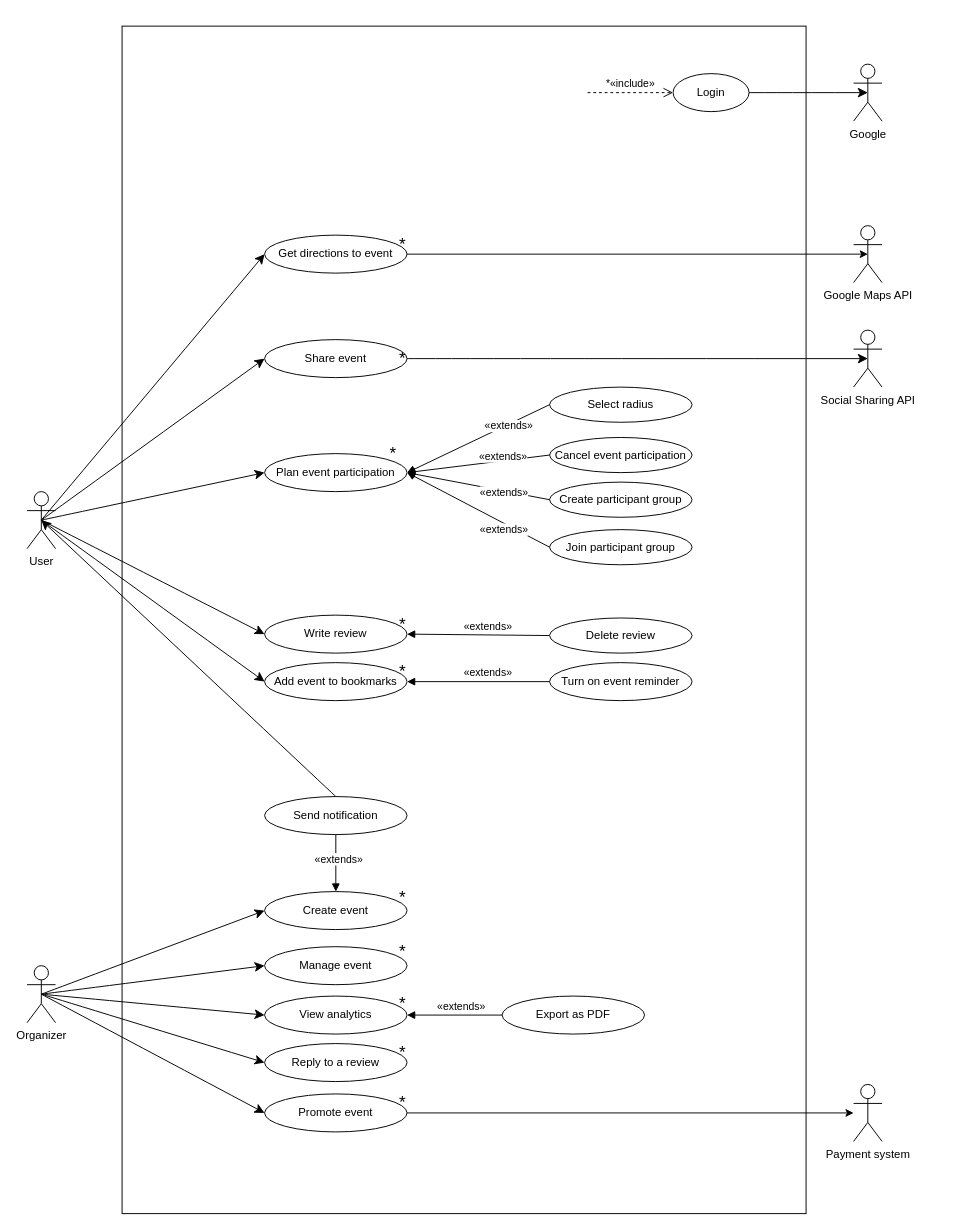
Before: deliverables/UC - Use Case diagram/UC - diagram.drawio in DeveloperMatt02/NightPlan, a draw.io diagram. Source tidied: cells renumbered, new cells numbered last; positions are measured from the earlier drawing's top-left corner, leaving out a move shared by most shapes. Both pictures are drawn from the tidied source at 95%, with x=0, y=0 at pixel (27, 26).
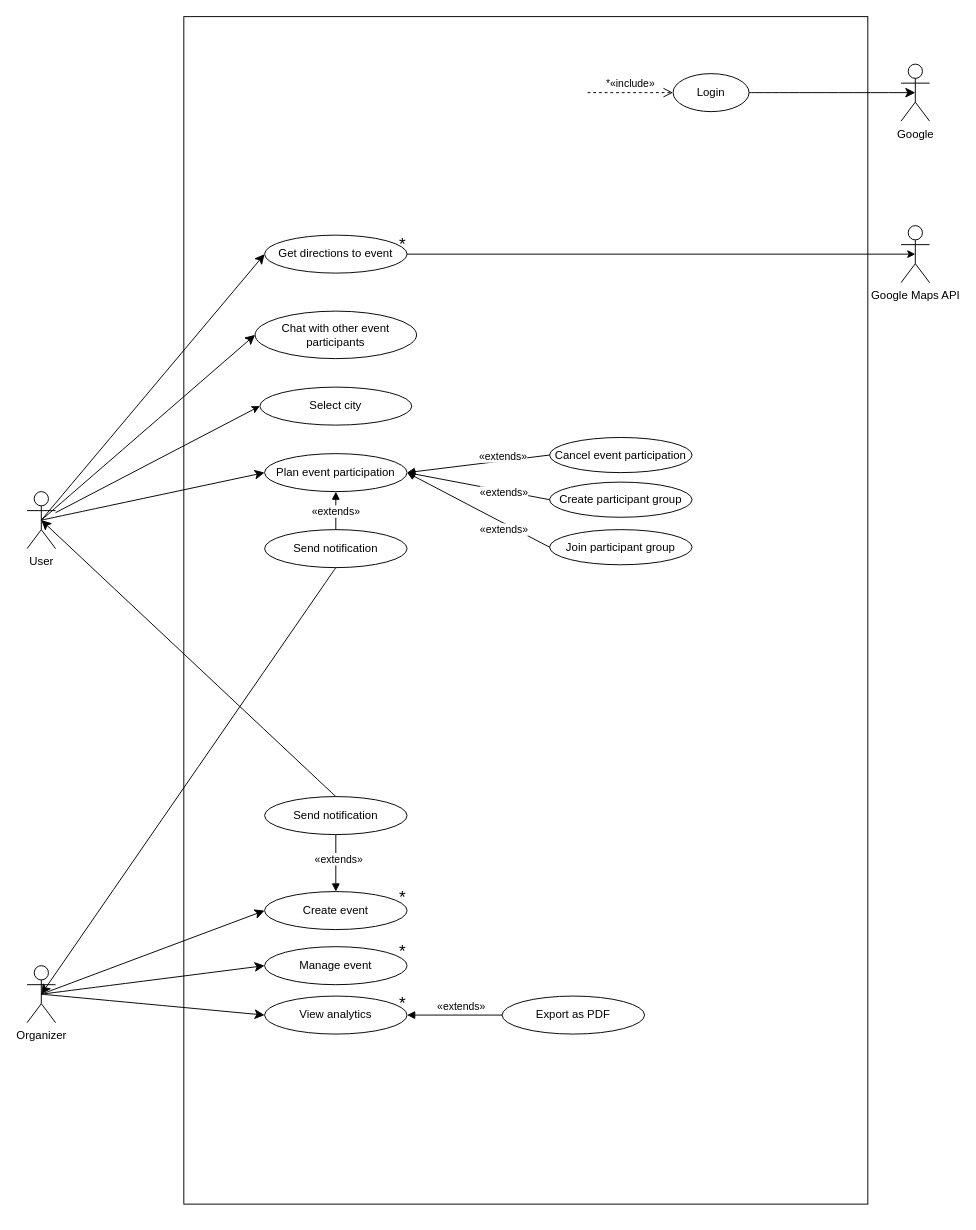
The same diagram, later.

The change refers to these unchanged cells:
```xml
<mxCell id="6" value="Organizer&lt;br&gt;" style="shape=umlActor;verticalLabelPosition=bottom;verticalAlign=top;html=1;" parent="1" vertex="1">
  <mxGeometry y="989" width="30" height="60" as="geometry" />
</mxCell>
<mxCell id="13" value="User" style="shape=umlActor;verticalLabelPosition=bottom;verticalAlign=top;html=1;" parent="1" vertex="1">
  <mxGeometry y="490" width="30" height="60" as="geometry" />
</mxCell>
<mxCell id="15" value="Plan event participation" style="ellipse;whiteSpace=wrap;html=1;" parent="1" vertex="1">
  <mxGeometry x="250" y="450" width="150" height="40" as="geometry" />
</mxCell>
```

Diff of the diagram source:
```diff
@@
     <mxCell id="2" style="rounded=0;whiteSpace=wrap;html=1;" parent="1" vertex="1">
-      <mxGeometry x="100" width="720" height="1250" as="geometry" />
+      <mxGeometry x="165" y="-10" width="720" height="1250" as="geometry" />
     </mxCell>
@@
-    <mxCell id="5" style="edgeStyle=none;curved=1;rounded=0;jettySize=auto;html=1;exitX=0.5;exitY=0.5;exitDx=0;exitDy=0;exitPerimeter=0;entryX=0;entryY=0.5;entryDx=0;entryDy=0;fontSize=12;startSize=8;endSize=8;" parent="1" edge="1" source="6" target="20">
-      <mxGeometry relative="1" as="geometry" />
-    </mxCell>
@@
-    <mxCell id="9" style="edgeStyle=none;curved=1;rounded=0;jettySize=auto;html=1;exitX=0.5;exitY=0.5;exitDx=0;exitDy=0;exitPerimeter=0;entryX=0;entryY=0.5;entryDx=0;entryDy=0;fontSize=12;startSize=8;endSize=8;" parent="1" edge="1" source="13" target="37">
-      <mxGeometry relative="1" as="geometry" />
-    </mxCell>
@@
-    <mxCell id="11" style="edgeStyle=none;curved=1;rounded=0;jettySize=auto;html=1;exitX=0.5;exitY=0.5;exitDx=0;exitDy=0;exitPerimeter=0;entryX=0;entryY=0.5;entryDx=0;entryDy=0;fontSize=12;startSize=8;endSize=8;" parent="1" edge="1" source="13" target="16">
-      <mxGeometry relative="1" as="geometry" />
-    </mxCell>
-    <mxCell id="12" style="edgeStyle=none;curved=1;rounded=0;jettySize=auto;html=1;exitX=0.5;exitY=0.5;exitDx=0;exitDy=0;exitPerimeter=0;entryX=0;entryY=0.5;entryDx=0;entryDy=0;fontSize=12;startSize=8;endSize=8;" parent="1" edge="1" source="13" target="17">
-      <mxGeometry relative="1" as="geometry" />
-    </mxCell>
+    <mxCell id="64" style="rounded=0;jettySize=auto;html=1;entryX=0;entryY=0.5;entryDx=0;entryDy=0;" parent="1" edge="1" source="13" target="70">
+      <mxGeometry relative="1" as="geometry" />
+    </mxCell>
@@
-    <mxCell id="16" value="Write review" style="ellipse;whiteSpace=wrap;html=1;" parent="1" vertex="1">
-      <mxGeometry x="250" y="620" width="150" height="40" as="geometry" />
-    </mxCell>
-    <mxCell id="17" value="Add event to bookmarks" style="ellipse;whiteSpace=wrap;html=1;" parent="1" vertex="1">
-      <mxGeometry x="250" y="670" width="150" height="40" as="geometry" />
-    </mxCell>
@@
-    <mxCell id="20" value="Reply to a review" style="ellipse;whiteSpace=wrap;html=1;" parent="1" vertex="1">
-      <mxGeometry x="250" y="1071" width="150" height="40" as="geometry" />
-    </mxCell>
     <mxCell id="21" value="Google Maps API" style="shape=umlActor;verticalLabelPosition=bottom;verticalAlign=top;html=1;" parent="1" vertex="1">
-      <mxGeometry x="870" y="210" width="30" height="60" as="geometry" />
+      <mxGeometry x="920" y="210" width="30" height="60" as="geometry" />
     </mxCell>
@@
-    <mxCell id="23" value="«extends»" style="html=1;verticalAlign=bottom;endArrow=block;curved=0;rounded=0;entryX=1;entryY=0.5;entryDx=0;entryDy=0;exitX=0;exitY=0.5;exitDx=0;exitDy=0;" parent="1" edge="1" source="33" target="16">
-      <mxGeometry x="-0.14" relative="1" as="geometry" />
-    </mxCell>
-    <mxCell id="24" value="Turn on event reminder" style="ellipse;whiteSpace=wrap;html=1;" parent="1" vertex="1">
-      <mxGeometry x="550" y="670" width="150" height="40" as="geometry" />
-    </mxCell>
@@
-    <mxCell id="26" value="&lt;font style=&quot;font-size: 18px;&quot;&gt;*&lt;/font&gt;" style="text;html=1;align=center;verticalAlign=middle;strokeColor=none;fillColor=none;" parent="1" vertex="1">
-      <mxGeometry x="380" y="1061" width="30" height="40" as="geometry" />
-    </mxCell>
@@
-    <mxCell id="28" value="&lt;font style=&quot;font-size: 18px;&quot;&gt;*&lt;/font&gt;" style="text;html=1;align=center;verticalAlign=middle;strokeColor=none;fillColor=none;" parent="1" vertex="1">
-      <mxGeometry x="380" y="660" width="30" height="40" as="geometry" />
-    </mxCell>
-    <mxCell id="29" value="&lt;font style=&quot;font-size: 18px;&quot;&gt;*&lt;/font&gt;" style="text;html=1;align=center;verticalAlign=middle;strokeColor=none;fillColor=none;" parent="1" vertex="1">
-      <mxGeometry x="370" y="430" width="30" height="40" as="geometry" />
-    </mxCell>
-    <mxCell id="30" value="&lt;font style=&quot;font-size: 18px;&quot;&gt;*&lt;/font&gt;" style="text;html=1;align=center;verticalAlign=middle;strokeColor=none;fillColor=none;" parent="1" vertex="1">
-      <mxGeometry x="380" y="610" width="30" height="40" as="geometry" />
-    </mxCell>
@@
-    <mxCell id="33" value="Delete review" style="ellipse;whiteSpace=wrap;html=1;" parent="1" vertex="1">
-      <mxGeometry x="550" y="623" width="150" height="37" as="geometry" />
-    </mxCell>
-    <mxCell id="34" value="«extends»" style="html=1;verticalAlign=bottom;endArrow=block;curved=0;rounded=0;exitX=0;exitY=0.5;exitDx=0;exitDy=0;entryX=1;entryY=0.5;entryDx=0;entryDy=0;" parent="1" edge="1" source="24" target="17">
-      <mxGeometry x="-0.14" relative="1" as="geometry" />
-    </mxCell>
@@
-    <mxCell id="36" style="edgeStyle=none;curved=1;rounded=0;jettySize=auto;html=1;fontSize=12;startSize=8;endSize=8;entryX=0.5;entryY=0.5;entryDx=0;entryDy=0;entryPerimeter=0;" parent="1" edge="1" source="37" target="39">
-      <mxGeometry relative="1" as="geometry" />
-    </mxCell>
-    <mxCell id="37" value="Share event" style="ellipse;whiteSpace=wrap;html=1;" parent="1" vertex="1">
-      <mxGeometry x="250" y="330" width="150" height="40" as="geometry" />
-    </mxCell>
@@
-    <mxCell id="39" value="Social Sharing API" style="shape=umlActor;verticalLabelPosition=bottom;verticalAlign=top;html=1;" parent="1" vertex="1">
-      <mxGeometry x="870" y="320" width="30" height="60" as="geometry" />
-    </mxCell>
@@
-    <mxCell id="42" value="Payment system&lt;br&gt;" style="shape=umlActor;verticalLabelPosition=bottom;verticalAlign=top;html=1;outlineConnect=0;" parent="1" vertex="1">
-      <mxGeometry x="870" y="1114" width="30" height="60" as="geometry" />
-    </mxCell>
-    <mxCell id="43" value="&lt;font style=&quot;font-size: 18px;&quot;&gt;*&lt;/font&gt;" style="text;html=1;align=center;verticalAlign=middle;strokeColor=none;fillColor=none;" parent="1" vertex="1">
-      <mxGeometry x="380" y="330" width="30" height="40" as="geometry" />
-    </mxCell>
@@
-    <mxCell id="48" style="edgeStyle=orthogonalEdgeStyle;rounded=0;jettySize=auto;html=1;" parent="1" edge="1" source="49" target="42">
-      <mxGeometry relative="1" as="geometry" />
-    </mxCell>
-    <mxCell id="49" value="Promote event" style="ellipse;whiteSpace=wrap;html=1;" parent="1" vertex="1">
-      <mxGeometry x="250" y="1124" width="150" height="40" as="geometry" />
-    </mxCell>
@@
-    <mxCell id="51" style="edgeStyle=none;curved=1;rounded=0;jettySize=auto;html=1;exitX=0.5;exitY=0.5;exitDx=0;exitDy=0;exitPerimeter=0;entryX=0;entryY=0.5;entryDx=0;entryDy=0;fontSize=12;startSize=8;endSize=8;" parent="1" edge="1" source="6" target="49">
-      <mxGeometry relative="1" as="geometry" />
-    </mxCell>
-    <mxCell id="52" value="&lt;font style=&quot;font-size: 18px;&quot;&gt;*&lt;/font&gt;" style="text;html=1;align=center;verticalAlign=middle;strokeColor=none;fillColor=none;" parent="1" vertex="1">
-      <mxGeometry x="380" y="1113" width="30" height="40" as="geometry" />
-    </mxCell>
@@
     <mxCell id="57" value="Google" style="shape=umlActor;verticalLabelPosition=bottom;verticalAlign=top;html=1;" parent="1" vertex="1">
-      <mxGeometry x="870" y="40" width="30" height="60" as="geometry" />
+      <mxGeometry x="920" y="40" width="30" height="60" as="geometry" />
     </mxCell>
@@
-    <mxCell id="62" value="Select radius" style="ellipse;whiteSpace=wrap;html=1;" parent="1" vertex="1">
-      <mxGeometry x="550" y="380" width="150" height="37" as="geometry" />
-    </mxCell>
-    <mxCell id="63" value="«extends»" style="html=1;verticalAlign=bottom;endArrow=block;curved=0;rounded=0;exitX=0;exitY=0.5;exitDx=0;exitDy=0;entryX=1;entryY=0.5;entryDx=0;entryDy=0;" parent="1" edge="1" source="62" target="15">
-      <mxGeometry x="-0.38" y="10" relative="1" as="geometry" />
-    </mxCell>
+    <mxCell id="65" value="Send notification" style="ellipse;whiteSpace=wrap;html=1;" parent="1" vertex="1">
+      <mxGeometry x="250" y="530" width="150" height="40" as="geometry" />
+    </mxCell>
+    <mxCell id="66" value="«extends»" style="html=1;verticalAlign=bottom;endArrow=block;curved=0;rounded=0;exitX=0.5;exitY=0;exitDx=0;exitDy=0;entryX=0.5;entryY=1;entryDx=0;entryDy=0;" parent="1" edge="1" source="65" target="15">
+      <mxGeometry x="-0.5" relative="1" as="geometry" />
+    </mxCell>
+    <mxCell id="67" style="edgeStyle=none;curved=1;rounded=0;jettySize=auto;html=1;fontSize=12;startSize=8;endSize=8;exitX=0.5;exitY=1;exitDx=0;exitDy=0;entryX=0.5;entryY=0.5;entryDx=0;entryDy=0;entryPerimeter=0;" parent="1" edge="1" source="65" target="6">
+      <mxGeometry relative="1" as="geometry" />
+    </mxCell>
+    <mxCell id="68" value="Chat with other event participants" style="ellipse;whiteSpace=wrap;html=1;" parent="1" vertex="1">
+      <mxGeometry x="240" y="300" width="170" height="50" as="geometry" />
+    </mxCell>
+    <mxCell id="69" style="edgeStyle=none;curved=1;rounded=0;jettySize=auto;html=1;exitX=0.5;exitY=0.5;exitDx=0;exitDy=0;exitPerimeter=0;entryX=0;entryY=0.5;entryDx=0;entryDy=0;fontSize=12;startSize=8;endSize=8;" parent="1" edge="1" source="13" target="68">
+      <mxGeometry relative="1" as="geometry" />
+    </mxCell>
+    <mxCell id="70" value="Select city" style="ellipse;whiteSpace=wrap;html=1;" parent="1" vertex="1">
+      <mxGeometry x="245" y="380" width="160" height="40" as="geometry" />
+    </mxCell>
```
